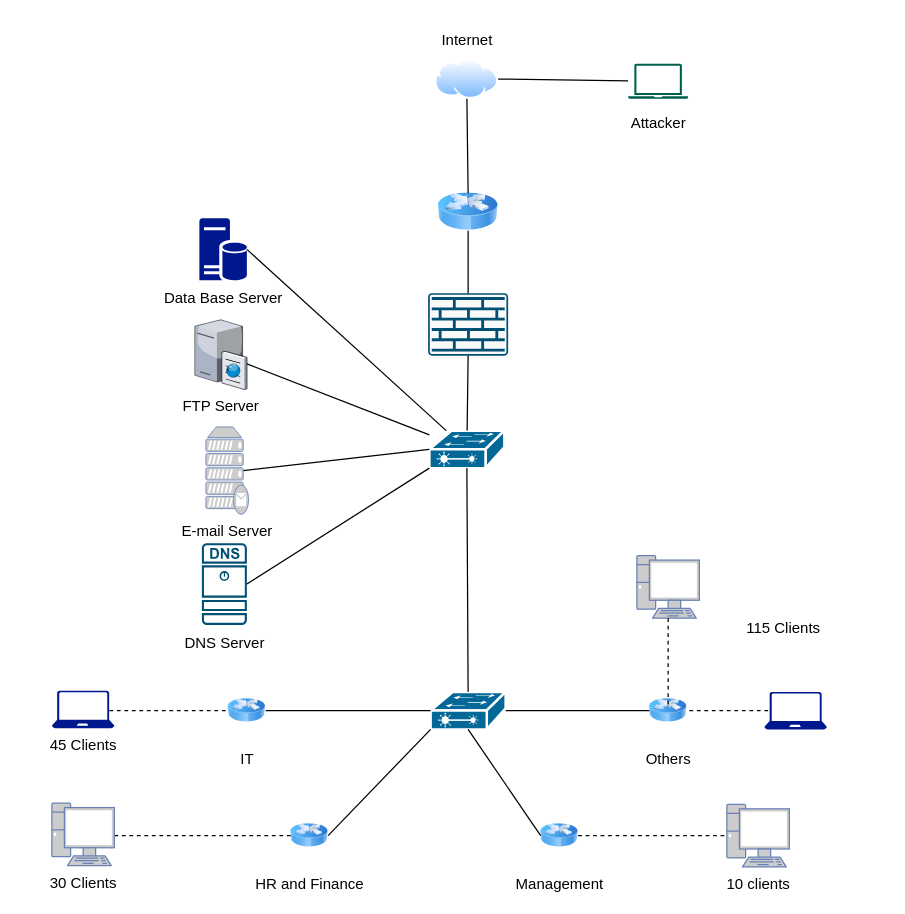
This is vahical_FornEtWorkwithStar.drawio from waiyanminunt/learning-code-of-school, a draw.io file, before an edit. Source tidied: cells renumbered, new cells numbered last; positions are measured from the earlier drawing's top-left corner, leaving out a move shared by most shapes. Both pictures are drawn from the tidied source at 125%, with x=0, y=0 at pixel (51, 21).
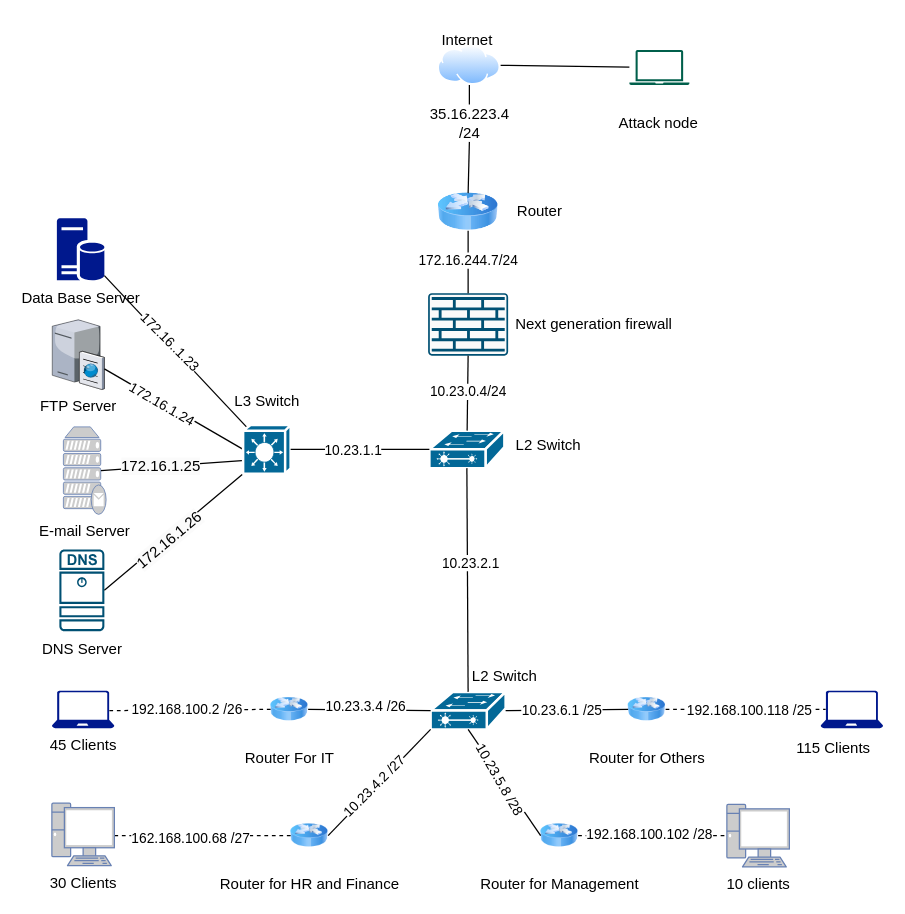
The same page after the edit.

Unchanged cells that the change refers to:
```xml
<mxCell id="3" style="image;html=1;image=img/lib/clip_art/networking/Router_Icon_128x128.png;" parent="1" vertex="1">
  <mxGeometry x="309" y="137" width="48" height="30" as="geometry" />
</mxCell>
<mxCell id="5" style="endArrow=none;html=1;rounded=0;exitX=0.5;exitY=0;exitDx=0;exitDy=0;exitPerimeter=0;" parent="1" edge="1" source="2">
  <mxGeometry relative="1" as="geometry">
    <mxPoint x="333" y="167" as="targetPoint" />
  </mxGeometry>
</mxCell>
<mxCell id="11" style="endArrow=none;html=1;rounded=0;exitX=1;exitY=0.5;exitDx=0;exitDy=0;entryX=0;entryY=0.5;entryDx=0;entryDy=0;entryPerimeter=0;" parent="1" edge="1" source="7" target="6">
  <mxGeometry relative="1" as="geometry" />
</mxCell>
<mxCell id="12" style="endArrow=none;html=1;rounded=0;entryX=1;entryY=0.5;entryDx=0;entryDy=0;entryPerimeter=0;exitX=0;exitY=0.5;exitDx=0;exitDy=0;" parent="1" edge="1" source="10" target="6">
  <mxGeometry relative="1" as="geometry" />
</mxCell>
<mxCell id="13" style="endArrow=none;html=1;rounded=0;exitX=1;exitY=0.5;exitDx=0;exitDy=0;entryX=0;entryY=1;entryDx=0;entryDy=0;entryPerimeter=0;" parent="1" edge="1" source="9" target="6">
  <mxGeometry relative="1" as="geometry" />
</mxCell>
<mxCell id="14" style="endArrow=none;html=1;rounded=0;entryX=0.5;entryY=1;entryDx=0;entryDy=0;entryPerimeter=0;exitX=0;exitY=0.5;exitDx=0;exitDy=0;" parent="1" edge="1" source="8" target="6">
  <mxGeometry relative="1" as="geometry" />
</mxCell>
<mxCell id="16" style="endArrow=none;dashed=1;html=1;rounded=0;exitX=1;exitY=0.5;exitDx=0;exitDy=0;exitPerimeter=0;entryX=0;entryY=0.5;entryDx=0;entryDy=0;" parent="1" edge="1" target="9">
  <mxGeometry relative="1" as="geometry">
    <mxPoint x="50" y="651" as="sourcePoint" />
  </mxGeometry>
</mxCell>
<mxCell id="19" style="endArrow=none;dashed=1;html=1;rounded=0;exitX=1;exitY=0.5;exitDx=0;exitDy=0;entryX=0;entryY=0.5;entryDx=0;entryDy=0;entryPerimeter=0;" parent="1" edge="1" source="8" target="18">
  <mxGeometry relative="1" as="geometry" />
</mxCell>
<mxCell id="25" style="endArrow=none;dashed=1;html=1;rounded=0;exitX=0.92;exitY=0.5;exitDx=0;exitDy=0;exitPerimeter=0;entryX=0;entryY=0.5;entryDx=0;entryDy=0;" parent="1" edge="1" target="7">
  <mxGeometry relative="1" as="geometry">
    <mxPoint x="46" y="551" as="sourcePoint" />
  </mxGeometry>
</mxCell>
<mxCell id="26" style="shape=mxgraph.cisco.switches.layer_2_remote_switch;html=1;dashed=0;fillColor=#036897;strokeColor=#ffffff;strokeWidth=2;verticalLabelPosition=bottom;verticalAlign=top;align=center;outlineConnect=0;" parent="1" vertex="1">
  <mxGeometry x="302" y="327" width="60" height="30" as="geometry" />
</mxCell>
<mxCell id="27" style="endArrow=none;html=1;rounded=0;entryX=0.5;entryY=1;entryDx=0;entryDy=0;entryPerimeter=0;" parent="1" edge="1" source="26" target="2">
  <mxGeometry relative="1" as="geometry" />
</mxCell>
<mxCell id="28" style="endArrow=none;html=1;rounded=0;exitX=0.5;exitY=0;exitDx=0;exitDy=0;exitPerimeter=0;entryX=0.5;entryY=1;entryDx=0;entryDy=0;entryPerimeter=0;" parent="1" edge="1" source="6" target="26">
  <mxGeometry relative="1" as="geometry" />
</mxCell>
```

The edit, as a diff of the source:
```diff
@@
     <mxCell id="4" value="DNS Server" style="sketch=0;points=[[0.015,0.015,0],[0.985,0.015,0],[0.985,0.985,0],[0.015,0.985,0],[0.25,0,0],[0.5,0,0],[0.75,0,0],[1,0.25,0],[1,0.5,0],[1,0.75,0],[0.75,1,0],[0.5,1,0],[0.25,1,0],[0,0.75,0],[0,0.5,0],[0,0.25,0]];verticalLabelPosition=bottom;html=1;verticalAlign=top;align=center;shape=mxgraph.cisco19.dns_server;fillColor=#005073;strokeColor=none;" parent="1" vertex="1">
-      <mxGeometry x="120" y="417" width="36" height="65.5" as="geometry" />
+      <mxGeometry x="6" y="422" width="36" height="65.5" as="geometry" />
     </mxCell>
@@
+    <mxCell id="42" value="172.16.244.7/24" style="edgeLabel;html=1;align=center;verticalAlign=middle;" parent="5" vertex="1">
+      <mxGeometry x="0.08" y="1" relative="1" as="geometry" />
+    </mxCell>
@@
-    <mxCell id="7" value="IT" style="image;html=1;image=img/lib/clip_art/networking/Router_Icon_128x128.png;" parent="1" vertex="1">
-      <mxGeometry x="141" y="526" width="30" height="50" as="geometry" />
+    <mxCell id="7" value="Router For IT" style="image;html=1;image=img/lib/clip_art/networking/Router_Icon_128x128.png;" parent="1" vertex="1">
+      <mxGeometry x="175" y="525" width="30" height="50" as="geometry" />
     </mxCell>
-    <mxCell id="8" value="Management" style="image;html=1;image=img/lib/clip_art/networking/Router_Icon_128x128.png;" parent="1" vertex="1">
+    <mxCell id="8" value="Router for Management" style="image;html=1;image=img/lib/clip_art/networking/Router_Icon_128x128.png;" parent="1" vertex="1">
       <mxGeometry x="391" y="626" width="30" height="50" as="geometry" />
     </mxCell>
-    <mxCell id="9" value="HR and Finance" style="image;html=1;image=img/lib/clip_art/networking/Router_Icon_128x128.png;" parent="1" vertex="1">
+    <mxCell id="9" value="Router for HR and Finance" style="image;html=1;image=img/lib/clip_art/networking/Router_Icon_128x128.png;" parent="1" vertex="1">
       <mxGeometry x="191" y="626" width="30" height="50" as="geometry" />
     </mxCell>
-    <mxCell id="10" value="Others" style="image;html=1;image=img/lib/clip_art/networking/Router_Icon_128x128.png;" parent="1" vertex="1">
-      <mxGeometry x="478" y="526" width="30" height="50" as="geometry" />
+    <mxCell id="10" value="Router for Others" style="image;html=1;image=img/lib/clip_art/networking/Router_Icon_128x128.png;" parent="1" vertex="1">
+      <mxGeometry x="461" y="525" width="30" height="50" as="geometry" />
     </mxCell>
@@
+    <mxCell id="43" value="10.23.3.4 /26" style="edgeLabel;html=1;align=center;verticalAlign=middle;" parent="11" vertex="1">
+      <mxGeometry x="-0.08" y="3" relative="1" as="geometry" />
+    </mxCell>
@@
+    <mxCell id="44" value="10.23.6.1 /25" style="edgeLabel;html=1;align=center;verticalAlign=middle;" parent="12" vertex="1">
+      <mxGeometry x="0.1" relative="1" as="geometry" />
+    </mxCell>
@@
+    <mxCell id="45" value="10.23.4.2 /27" style="edgeLabel;html=1;align=center;verticalAlign=middle;rotation=-45;" parent="13" vertex="1">
+      <mxGeometry x="-0.1" y="1" relative="1" as="geometry" />
+    </mxCell>
@@
+    <mxCell id="46" value="10.23.5.8 /28" style="edgeLabel;html=1;align=center;verticalAlign=middle;rotation=60;" parent="14" vertex="1">
+      <mxGeometry x="0.06" y="2" relative="1" as="geometry">
+        <mxPoint y="-1" as="offset" />
+      </mxGeometry>
+    </mxCell>
@@
+    <mxCell id="47" value="162.168.100.68 /27" style="edgeLabel;html=1;align=center;verticalAlign=middle;" parent="16" vertex="1">
+      <mxGeometry x="-0.15" y="-1" relative="1" as="geometry" />
+    </mxCell>
@@
-    <mxCell id="20" style="fontColor=#0066CC;verticalAlign=top;verticalLabelPosition=bottom;labelPosition=center;align=center;html=1;outlineConnect=0;fillColor=#CCCCCC;strokeColor=#6881B3;gradientColor=none;gradientDirection=north;strokeWidth=2;shape=mxgraph.networks.pc;" parent="1" vertex="1">
-      <mxGeometry x="468" y="427" width="50" height="50" as="geometry" />
-    </mxCell>
+    <mxCell id="48" value="192.168.100.102 /28" style="edgeLabel;html=1;align=center;verticalAlign=middle;" parent="19" vertex="1">
+      <mxGeometry x="-0.06" y="2" relative="1" as="geometry" />
+    </mxCell>
     <mxCell id="21" style="sketch=0;shadow=0;dashed=0;html=1;strokeColor=none;labelPosition=center;verticalLabelPosition=bottom;verticalAlign=top;align=center;fillColor=#00188D;shape=mxgraph.azure.laptop;" parent="1" vertex="1">
-      <mxGeometry x="570" y="536" width="50" height="30" as="geometry" />
+      <mxGeometry x="615" y="535" width="50" height="30" as="geometry" />
     </mxCell>
-    <mxCell id="22" style="endArrow=none;dashed=1;html=1;rounded=0;entryX=0.08;entryY=0.5;entryDx=0;entryDy=0;entryPerimeter=0;" parent="1" edge="1" target="21">
-      <mxGeometry relative="1" as="geometry">
-        <mxPoint x="510" y="551" as="sourcePoint" />
-      </mxGeometry>
+    <mxCell id="22" style="endArrow=none;dashed=1;html=1;rounded=0;entryX=0.08;entryY=0.5;entryDx=0;entryDy=0;entryPerimeter=0;exitX=1;exitY=0.5;exitDx=0;exitDy=0;" parent="1" edge="1" source="10" target="21">
+      <mxGeometry relative="1" as="geometry" />
     </mxCell>
-    <mxCell id="23" style="endArrow=none;dashed=1;html=1;rounded=0;exitX=0.5;exitY=1;exitDx=0;exitDy=0;exitPerimeter=0;" parent="1" edge="1" source="20">
-      <mxGeometry relative="1" as="geometry">
-        <mxPoint x="493" y="546" as="targetPoint" />
-      </mxGeometry>
-    </mxCell>
+    <mxCell id="49" value="192.168.100.118 /25" style="edgeLabel;html=1;align=center;verticalAlign=middle;" parent="22" vertex="1">
+      <mxGeometry x="0.03" relative="1" as="geometry" />
+    </mxCell>
     <mxCell id="24" value="115 Clients" style="text;html=1;align=center;verticalAlign=middle;strokeColor=none;fillColor=none;" parent="1" vertex="1">
-      <mxGeometry x="545" y="470" width="80" height="30" as="geometry" />
+      <mxGeometry x="585" y="566" width="80" height="30" as="geometry" />
     </mxCell>
@@
+    <mxCell id="50" value="192.168.100.2 /26" style="edgeLabel;html=1;align=center;verticalAlign=middle;" parent="25" vertex="1">
+      <mxGeometry x="-0.04" y="1" relative="1" as="geometry" />
+    </mxCell>
@@
+    <mxCell id="51" value="10.23.0.4/24" style="edgeLabel;html=1;align=center;verticalAlign=middle;" parent="27" vertex="1">
+      <mxGeometry x="0.07" relative="1" as="geometry" />
+    </mxCell>
@@
+    <mxCell id="52" value="10.23.2.1" style="edgeLabel;html=1;align=center;verticalAlign=middle;" parent="28" vertex="1">
+      <mxGeometry x="0.15" y="-2" relative="1" as="geometry" />
+    </mxCell>
     <mxCell id="29" value="Data Base Server" style="sketch=0;shadow=0;dashed=0;html=1;strokeColor=none;labelPosition=center;verticalLabelPosition=bottom;verticalAlign=top;align=center;fillColor=#00188D;shape=mxgraph.mscae.enterprise.database_server;" parent="1" vertex="1">
-      <mxGeometry x="118" y="157" width="38" height="50" as="geometry" />
+      <mxGeometry x="4" y="157" width="38" height="50" as="geometry" />
     </mxCell>
     <mxCell id="30" value="&lt;font color=&quot;#000000&quot;&gt;E-mail Server&lt;/font&gt;" style="fontColor=#0066CC;verticalAlign=top;verticalLabelPosition=bottom;labelPosition=center;align=center;html=1;outlineConnect=0;fillColor=#CCCCCC;strokeColor=#6881B3;gradientColor=none;gradientDirection=north;strokeWidth=2;shape=mxgraph.networks.mail_server;" parent="1" vertex="1">
-      <mxGeometry x="123.2" y="324" width="34.2" height="70" as="geometry" />
+      <mxGeometry x="9.2" y="324" width="34.2" height="70" as="geometry" />
     </mxCell>
-    <mxCell id="31" style="endArrow=none;html=1;rounded=0;exitX=1;exitY=0.5;exitDx=0;exitDy=0;exitPerimeter=0;entryX=0;entryY=1;entryDx=0;entryDy=0;entryPerimeter=0;" parent="1" edge="1" source="4" target="26">
+    <mxCell id="31" style="endArrow=none;html=1;rounded=0;exitX=1;exitY=0.5;exitDx=0;exitDy=0;exitPerimeter=0;entryX=0;entryY=1;entryDx=0;entryDy=0;entryPerimeter=0;" parent="1" edge="1" source="4" target="57">
       <mxGeometry relative="1" as="geometry" />
     </mxCell>
+    <mxCell id="53" value="&lt;span style=&quot;font-size: 12px; background-color: rgb(251, 251, 251);&quot;&gt;172.16.1.26&lt;/span&gt;" style="edgeLabel;html=1;align=center;verticalAlign=middle;rotation=-40;" parent="31" vertex="1">
+      <mxGeometry x="-0.1" y="-3" relative="1" as="geometry" />
+    </mxCell>
-    <mxCell id="32" style="endArrow=none;html=1;rounded=0;exitX=0.88;exitY=0.5;exitDx=0;exitDy=0;exitPerimeter=0;entryX=0;entryY=0.5;entryDx=0;entryDy=0;entryPerimeter=0;" parent="1" edge="1" source="30" target="26">
+    <mxCell id="32" style="endArrow=none;html=1;rounded=0;exitX=0.88;exitY=0.5;exitDx=0;exitDy=0;exitPerimeter=0;entryX=0.125;entryY=0.719;entryDx=0;entryDy=0;entryPerimeter=0;" parent="1" edge="1" source="30" target="57">
       <mxGeometry relative="1" as="geometry" />
     </mxCell>
+    <mxCell id="54" value="&lt;span style=&quot;font-size: 12px; background-color: rgb(251, 251, 251);&quot;&gt;172.16.1.25&lt;/span&gt;" style="edgeLabel;html=1;align=center;verticalAlign=middle;" parent="32" vertex="1">
+      <mxGeometry x="-0.21" relative="1" as="geometry" />
+    </mxCell>
-    <mxCell id="33" style="endArrow=none;html=1;rounded=0;exitX=1;exitY=0.5;exitDx=0;exitDy=0;exitPerimeter=0;" parent="1" edge="1" source="29" target="26">
+    <mxCell id="33" style="endArrow=none;html=1;rounded=0;exitX=1;exitY=0.92;exitDx=0;exitDy=0;exitPerimeter=0;entryX=0.08;entryY=0.05;entryDx=0;entryDy=0;entryPerimeter=0;" parent="1" edge="1" source="29" target="57">
       <mxGeometry relative="1" as="geometry" />
     </mxCell>
+    <mxCell id="55" value="172.16..1.23" style="edgeLabel;html=1;align=center;verticalAlign=middle;rotation=45;" parent="33" vertex="1">
+      <mxGeometry x="-0.11" y="3" relative="1" as="geometry" />
+    </mxCell>
     <mxCell id="34" value="FTP Server" style="verticalLabelPosition=bottom;sketch=0;html=1;verticalAlign=top;strokeColor=none;align=center;outlineConnect=0;shape=mxgraph.citrix.ftp_server;" parent="1" vertex="1">
-      <mxGeometry x="114.3" y="237" width="41.7" height="57" as="geometry" />
+      <mxGeometry x="0.3" y="237" width="41.7" height="57" as="geometry" />
     </mxCell>
-    <mxCell id="35" style="endArrow=none;html=1;rounded=0;" parent="1" edge="1" source="34" target="26">
+    <mxCell id="35" style="endArrow=none;html=1;rounded=0;entryX=0;entryY=0.5;entryDx=0;entryDy=0;entryPerimeter=0;" parent="1" edge="1" source="34" target="57">
       <mxGeometry relative="1" as="geometry" />
     </mxCell>
+    <mxCell id="56" value="172.16.1.24" style="edgeLabel;html=1;align=center;verticalAlign=middle;rotation=30;" parent="35" vertex="1">
+      <mxGeometry x="-0.16" y="-1" relative="1" as="geometry" />
+    </mxCell>
     <mxCell id="36" style="image;perimeter=ellipsePerimeter;html=1;align=center;shadow=0;dashed=0;spacingTop=3;image=img/lib/active_directory/internet_cloud.svg;" parent="1" vertex="1">
-      <mxGeometry x="307" y="30" width="50" height="31.5" as="geometry" />
+      <mxGeometry x="309" y="19" width="50" height="31.5" as="geometry" />
     </mxCell>
-    <mxCell id="37" style="endArrow=none;html=1;rounded=0;exitX=0.5;exitY=1;exitDx=0;exitDy=0;entryX=0.5;entryY=0;entryDx=0;entryDy=0;" parent="1" edge="1" source="36" target="3">
+    <mxCell id="37" style="endArrow=none;html=1;rounded=0;exitX=0.5;exitY=1;exitDx=0;exitDy=0;entryX=0.5;entryY=0;entryDx=0;entryDy=0;" parent="1" edge="1" source="66" target="3">
       <mxGeometry relative="1" as="geometry" />
     </mxCell>
@@
     <mxCell id="39" style="sketch=0;shadow=0;dashed=0;html=1;strokeColor=none;fillColor=#005F4B;labelPosition=center;verticalLabelPosition=bottom;verticalAlign=top;align=center;outlineConnect=0;shape=mxgraph.veeam2.laptop;" parent="1" vertex="1">
-      <mxGeometry x="461" y="33.5" width="48" height="28" as="geometry" />
+      <mxGeometry x="462" y="22.5" width="48" height="28" as="geometry" />
     </mxCell>
@@
-    <mxCell id="41" value="Attacker" style="text;html=1;align=center;verticalAlign=middle;strokeColor=none;fillColor=none;" parent="1" vertex="1">
-      <mxGeometry x="450" y="66" width="70" height="30" as="geometry" />
+    <mxCell id="41" value="Attack node" style="text;html=1;align=center;verticalAlign=middle;strokeColor=none;fillColor=none;" parent="1" vertex="1">
+      <mxGeometry x="440" y="66" width="90" height="30" as="geometry" />
     </mxCell>
+    <mxCell id="57" style="shape=mxgraph.cisco.switches.layer_3_switch;html=1;dashed=0;fillColor=#036897;strokeColor=#ffffff;strokeWidth=2;verticalLabelPosition=bottom;verticalAlign=top;align=center;outlineConnect=0;" parent="1" vertex="1">
+      <mxGeometry x="153" y="322.5" width="38" height="39" as="geometry" />
+    </mxCell>
+    <mxCell id="58" style="endArrow=none;html=1;rounded=0;exitX=1;exitY=0.5;exitDx=0;exitDy=0;exitPerimeter=0;entryX=0;entryY=0.5;entryDx=0;entryDy=0;entryPerimeter=0;" parent="1" edge="1" source="57" target="26">
+      <mxGeometry relative="1" as="geometry" />
+    </mxCell>
+    <mxCell id="59" value="10.23.1.1" style="edgeLabel;html=1;align=center;verticalAlign=middle;" parent="58" vertex="1">
+      <mxGeometry x="-0.12" relative="1" as="geometry" />
+    </mxCell>
+    <mxCell id="60" value="Next generation firewall&amp;nbsp;" style="text;html=1;align=center;verticalAlign=middle;strokeColor=none;fillColor=none;" parent="1" vertex="1">
+      <mxGeometry x="360" y="227" width="150" height="30" as="geometry" />
+    </mxCell>
+    <mxCell id="61" value="Router" style="text;html=1;align=center;verticalAlign=middle;strokeColor=none;fillColor=none;" parent="1" vertex="1">
+      <mxGeometry x="360" y="137" width="60" height="30" as="geometry" />
+    </mxCell>
+    <mxCell id="62" value="L3 Switch" style="text;html=1;align=center;verticalAlign=middle;strokeColor=none;fillColor=none;" parent="1" vertex="1">
+      <mxGeometry x="132" y="289" width="80" height="30" as="geometry" />
+    </mxCell>
+    <mxCell id="63" value="L2 Switch" style="text;html=1;align=center;verticalAlign=middle;strokeColor=none;fillColor=none;" parent="1" vertex="1">
+      <mxGeometry x="357" y="324" width="80" height="30" as="geometry" />
+    </mxCell>
+    <mxCell id="64" value="L2 Switch" style="text;html=1;align=center;verticalAlign=middle;strokeColor=none;fillColor=none;" parent="1" vertex="1">
+      <mxGeometry x="322" y="509" width="80" height="30" as="geometry" />
+    </mxCell>
+    <mxCell id="65" style="endArrow=none;html=1;rounded=0;exitX=0.5;exitY=1;exitDx=0;exitDy=0;entryX=0.5;entryY=0;entryDx=0;entryDy=0;" parent="1" edge="1" source="36" target="66">
+      <mxGeometry relative="1" as="geometry" />
+    </mxCell>
+    <mxCell id="66" value="&lt;span style=&quot;font-family: arial, helvetica, sans-serif; text-align: left; text-wrap: wrap; background-color: rgb(255, 255, 255);&quot;&gt;&lt;font style=&quot;font-size: 12px;&quot;&gt;35.16.223.4 /24&lt;/font&gt;&lt;/span&gt;" style="text;html=1;align=center;verticalAlign=middle;points=[];strokeColor=none;fillColor=none;" parent="1" vertex="1">
+      <mxGeometry x="279" y="66" width="110" height="30" as="geometry" />
+    </mxCell>
```
